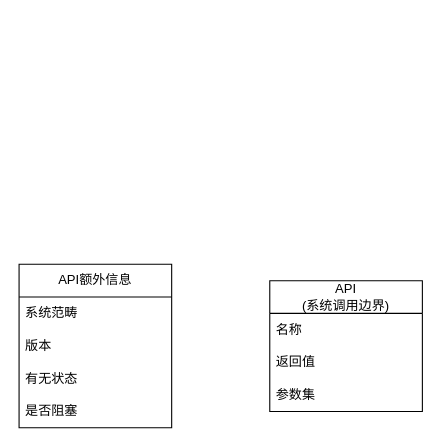
Earlier version of the draw.io diagram page "API" (5 of 5) of base_model/实体和语言.drawio (cyxm/CodeGenerator). Source tidied: cells renumbered, new cells numbered last; positions are measured from the earlier drawing's top-left corner, leaving out a move shared by most shapes. Both pictures are drawn from the tidied source at 109%, with x=0, y=0 at pixel (19, 264).
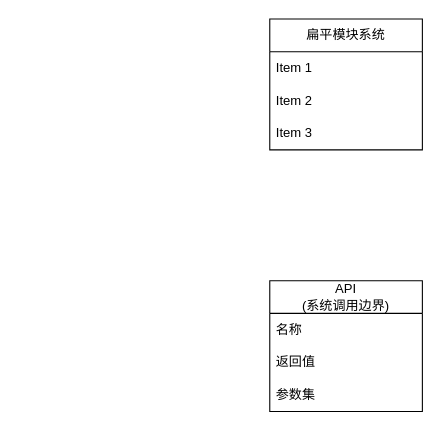
After the change.

Commit message:
更新实体和语言.drawio

Diff of the diagram source:
```diff
@@
 <mxGraphModel>
   <root>
     <mxCell id="0" />
     <mxCell id="1" parent="0" />
     <mxCell id="2" value="&lt;div&gt;API&lt;/div&gt;&lt;div&gt;(系统调用边界)&lt;/div&gt;" style="swimlane;fontStyle=0;horizontal=1;startSize=30;whiteSpace=wrap;html=1;direction=east;" parent="1" vertex="1">
       <mxGeometry x="230" y="15" width="140" height="120" as="geometry" />
     </mxCell>
     <mxCell id="3" value="名称&lt;span style=&quot;white-space: pre;&quot;&gt;&#9;&lt;/span&gt;" style="text;strokeColor=none;fillColor=none;align=left;verticalAlign=middle;spacingLeft=4;spacingRight=4;overflow=hidden;whiteSpace=wrap;html=1;" parent="2" vertex="1">
       <mxGeometry y="30" width="140" height="30" as="geometry" />
     </mxCell>
     <mxCell id="4" value="返回值" style="text;strokeColor=none;fillColor=none;align=left;verticalAlign=middle;spacingLeft=4;spacingRight=4;overflow=hidden;whiteSpace=wrap;html=1;" parent="2" vertex="1">
       <mxGeometry y="60" width="140" height="30" as="geometry" />
     </mxCell>
     <mxCell id="5" value="参数集" style="text;strokeColor=none;fillColor=none;align=left;verticalAlign=middle;spacingLeft=4;spacingRight=4;overflow=hidden;whiteSpace=wrap;html=1;" parent="2" vertex="1">
       <mxGeometry y="90" width="140" height="30" as="geometry" />
     </mxCell>
-    <mxCell id="6" value="API额外信息" style="swimlane;fontStyle=0;horizontal=1;startSize=30;whiteSpace=wrap;html=1;" parent="1" vertex="1">
-      <mxGeometry width="140" height="150" as="geometry" />
-    </mxCell>
-    <mxCell id="7" value="系统范畴" style="text;strokeColor=none;fillColor=none;align=left;verticalAlign=middle;spacingLeft=4;spacingRight=4;overflow=hidden;whiteSpace=wrap;html=1;" parent="6" vertex="1">
-      <mxGeometry y="30" width="140" height="30" as="geometry" />
-    </mxCell>
-    <mxCell id="8" value="版本" style="text;strokeColor=none;fillColor=none;align=left;verticalAlign=middle;spacingLeft=4;spacingRight=4;overflow=hidden;whiteSpace=wrap;html=1;" parent="6" vertex="1">
-      <mxGeometry y="60" width="140" height="30" as="geometry" />
-    </mxCell>
-    <mxCell id="9" value="有无状态" style="text;strokeColor=none;fillColor=none;align=left;verticalAlign=middle;spacingLeft=4;spacingRight=4;overflow=hidden;whiteSpace=wrap;html=1;" parent="6" vertex="1">
-      <mxGeometry y="90" width="140" height="30" as="geometry" />
-    </mxCell>
-    <mxCell id="10" value="是否阻塞" style="text;strokeColor=none;fillColor=none;align=left;verticalAlign=middle;spacingLeft=4;spacingRight=4;overflow=hidden;whiteSpace=wrap;html=1;" parent="6" vertex="1">
-      <mxGeometry y="120" width="140" height="30" as="geometry" />
-    </mxCell>
+    <mxCell id="11" value="扁平模块系统" style="swimlane;fontStyle=0;horizontal=1;startSize=30;whiteSpace=wrap;html=1;" parent="1" vertex="1">
+      <mxGeometry x="230" y="-225" width="140" height="120" as="geometry" />
+    </mxCell>
+    <mxCell id="12" value="Item 1" style="text;strokeColor=none;fillColor=none;align=left;verticalAlign=middle;spacingLeft=4;spacingRight=4;overflow=hidden;whiteSpace=wrap;html=1;" parent="11" vertex="1">
+      <mxGeometry y="30" width="140" height="30" as="geometry" />
+    </mxCell>
+    <mxCell id="13" value="Item 2" style="text;strokeColor=none;fillColor=none;align=left;verticalAlign=middle;spacingLeft=4;spacingRight=4;overflow=hidden;whiteSpace=wrap;html=1;" parent="11" vertex="1">
+      <mxGeometry y="60" width="140" height="30" as="geometry" />
+    </mxCell>
+    <mxCell id="14" value="Item 3" style="text;strokeColor=none;fillColor=none;align=left;verticalAlign=middle;spacingLeft=4;spacingRight=4;overflow=hidden;whiteSpace=wrap;html=1;" parent="11" vertex="1">
+      <mxGeometry y="90" width="140" height="30" as="geometry" />
+    </mxCell>
   </root>
 </mxGraphModel>
```
